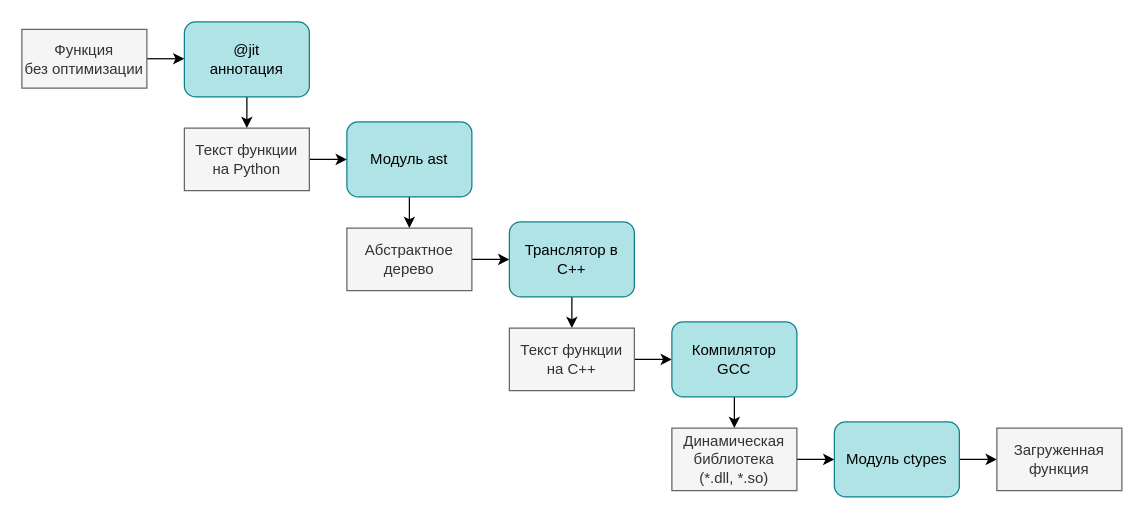
Before: page "arch" (2 of 2) of report/metastruct.drawio in PenzaStreetGames/MetaStruct, a draw.io diagram. Source tidied: cells renumbered, new cells numbered last; positions are measured from the earlier drawing's top-left corner, leaving out a move shared by most shapes. Both pictures are drawn from the tidied source at 125%, with x=0, y=0 at pixel (21, 21).
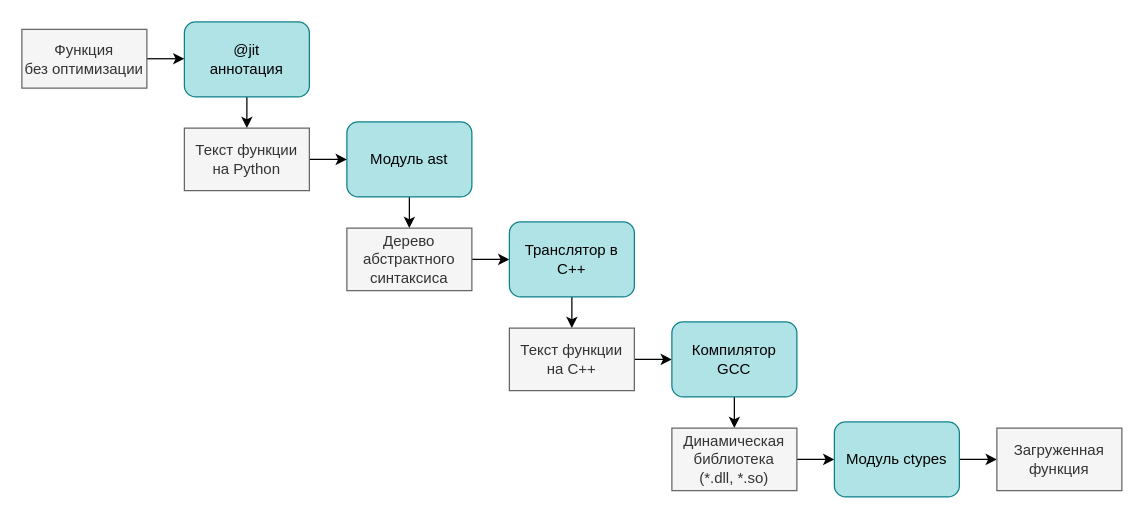
The same diagram, later.

Change to the diagram source:
```diff
@@
-    <mxCell id="7" value="Абстрактное дерево" style="rounded=0;whiteSpace=wrap;html=1;fillColor=#f5f5f5;fontColor=#333333;strokeColor=#666666;" parent="1" vertex="1">
+    <mxCell id="7" value="Дерево абстрактного синтаксиса" style="rounded=0;whiteSpace=wrap;html=1;fillColor=#f5f5f5;fontColor=#333333;strokeColor=#666666;" parent="1" vertex="1">
       <mxGeometry x="260" y="165" width="100" height="50" as="geometry" />
     </mxCell>
```
